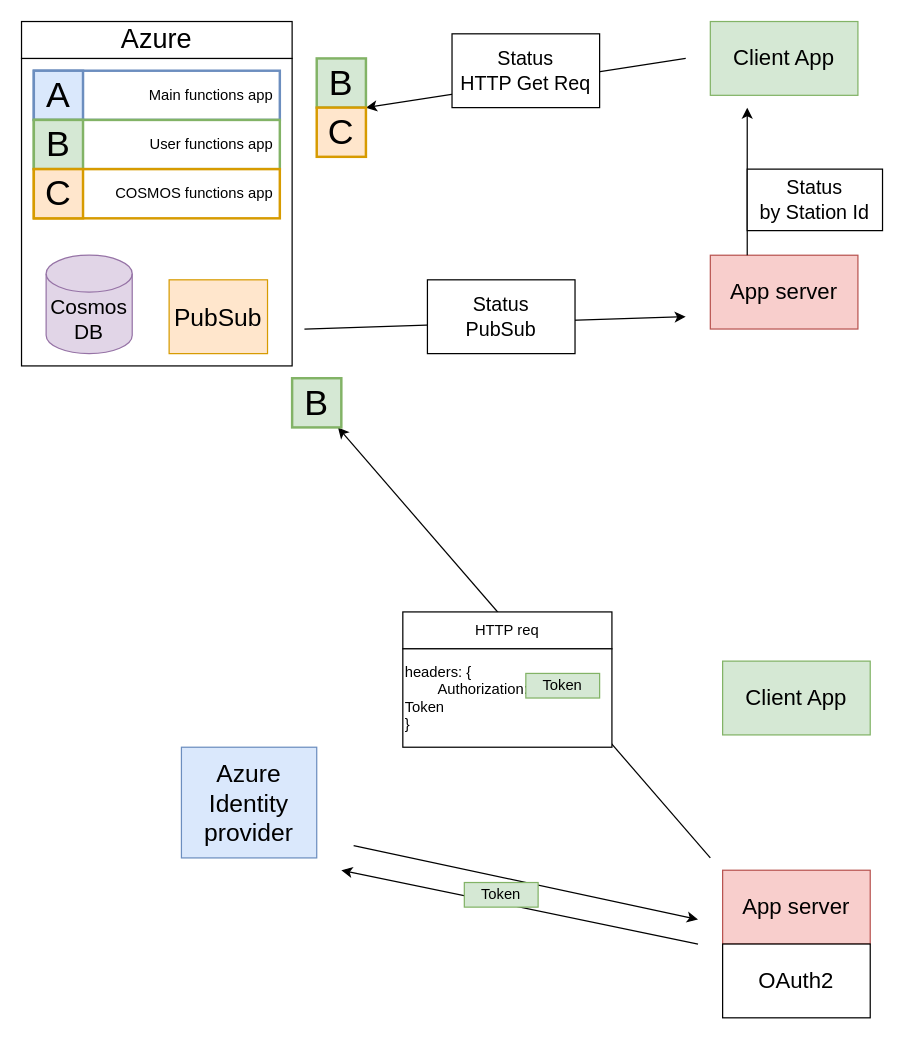
Before: emobility-client-connection.drawio in stefanszeke/diargrams_io, a draw.io diagram. Source tidied: cells renumbered, new cells numbered last; positions are measured from the earlier drawing's top-left corner, leaving out a move shared by most shapes. Both pictures are drawn from the tidied source at 123%, with x=0, y=0 at pixel (21, 21).
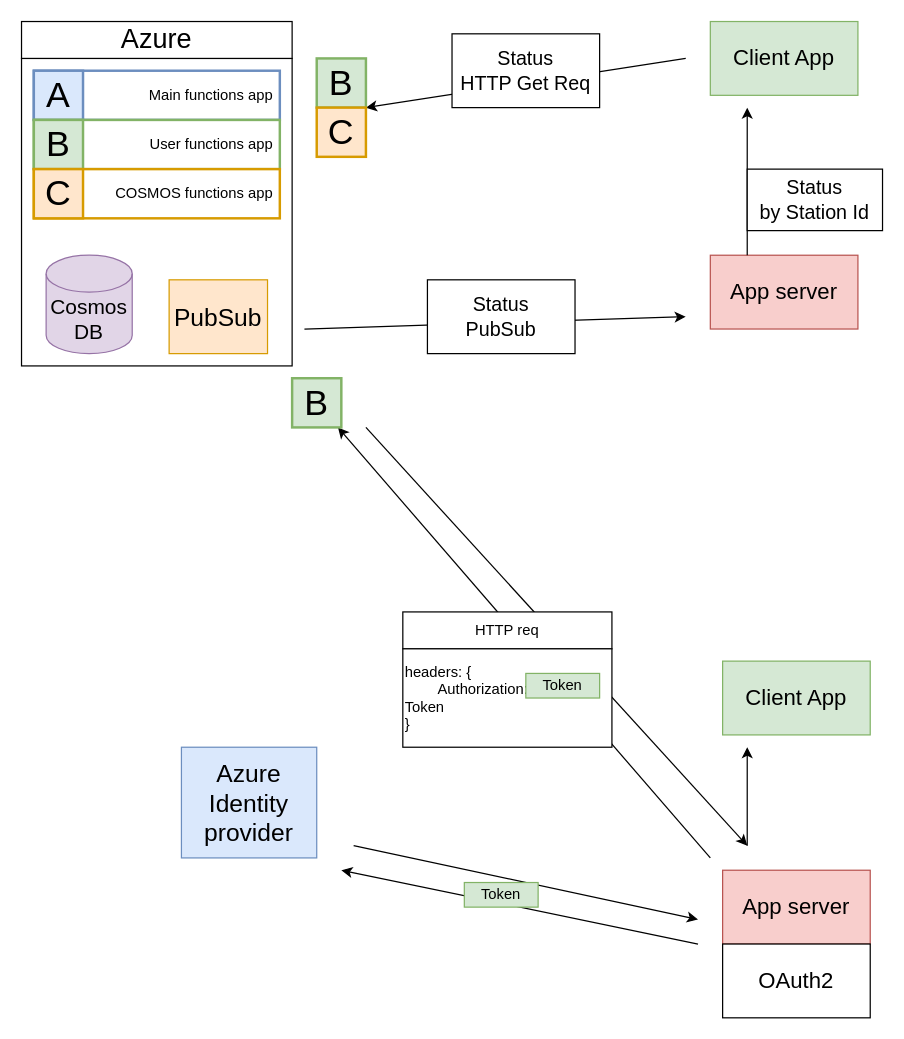
The same diagram, later.

What changed in the source:
```diff
@@
+    <mxCell id="35" style="endArrow=classic;html=1;rounded=0;" parent="1" edge="1">
+      <mxGeometry relative="1" as="geometry">
+        <mxPoint x="280" y="330" as="sourcePoint" />
+        <mxPoint x="590" y="670" as="targetPoint" />
+      </mxGeometry>
+    </mxCell>
@@
+    <mxCell id="36" style="endArrow=classic;html=1;rounded=0;" parent="1" edge="1">
+      <mxGeometry relative="1" as="geometry">
+        <mxPoint x="590" y="670" as="sourcePoint" />
+        <mxPoint x="590" y="590" as="targetPoint" />
+      </mxGeometry>
+    </mxCell>
```
